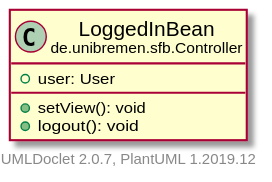
This is doc/UML/modulsichtSVG/LoggedInBean.svg from fkehlenb/softwareprojekt-2, a PlantUML export, as it was before one commit.
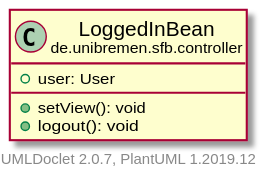
After the change.

The edit, as a diff of the source:
```diff
@@ -3,7 +3,7 @@
     hide empty fields
     hide empty methods
 
-    class "<size:14>LoggedInBean\n<size:10>de.unibremen.sfb.Controller" as de.unibremen.sfb.Controller.LoggedInBean [[LoggedInBean.html]] {
+    class "<size:14>LoggedInBean\n<size:10>de.unibremen.sfb.controller" as de.unibremen.sfb.controller.LoggedInBean [[LoggedInBean.html]] {
         +user: User
         +setView(): void
         +logout(): void
```
